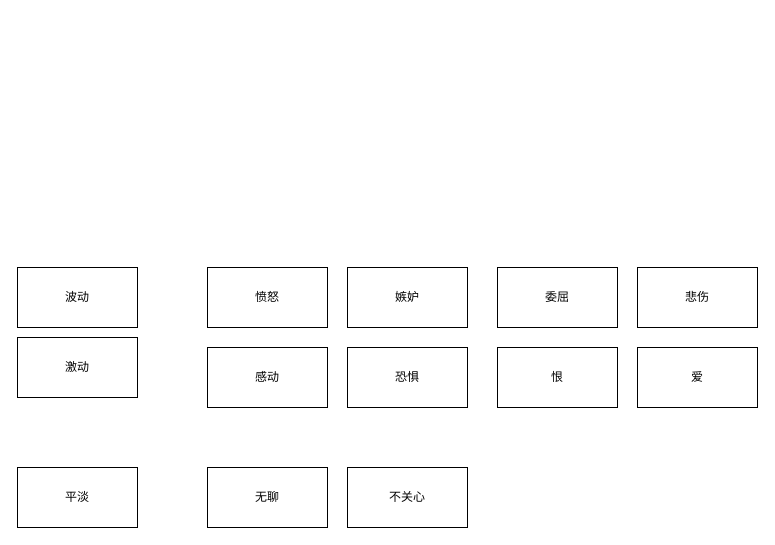
Earlier version of the draw.io diagram 情绪研究.drawio (idbanfan/drawio). Source tidied: cells renumbered, new cells numbered last; positions are measured from the earlier drawing's top-left corner, leaving out a move shared by most shapes. Both pictures are drawn from the tidied source at 100%, with x=0, y=0 at pixel (17, 267).
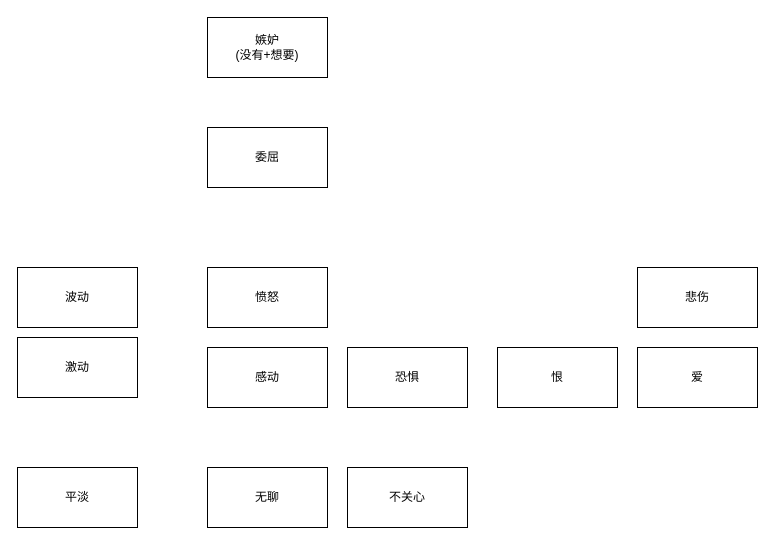
Above is the later version.

Commit message (it also covers changes not shown here):
更新情绪研究.drawio

Diff of the diagram source:
```diff
@@
 <mxGraphModel>
   <root>
     <mxCell id="0" />
     <mxCell id="1" parent="0" />
     <mxCell id="2" value="愤怒" style="rounded=0;whiteSpace=wrap;html=1;" parent="1" vertex="1">
       <mxGeometry x="190" width="120" height="60" as="geometry" />
     </mxCell>
     <mxCell id="3" value="平淡" style="rounded=0;whiteSpace=wrap;html=1;" parent="1" vertex="1">
       <mxGeometry y="200" width="120" height="60" as="geometry" />
     </mxCell>
     <mxCell id="4" value="波动" style="rounded=0;whiteSpace=wrap;html=1;" parent="1" vertex="1">
       <mxGeometry width="120" height="60" as="geometry" />
     </mxCell>
-    <mxCell id="5" value="嫉妒" style="rounded=0;whiteSpace=wrap;html=1;" parent="1" vertex="1">
-      <mxGeometry x="330" width="120" height="60" as="geometry" />
+    <mxCell id="5" value="嫉妒&lt;br&gt;(没有+想要)" style="rounded=0;whiteSpace=wrap;html=1;" parent="1" vertex="1">
+      <mxGeometry x="190" y="-250" width="120" height="60" as="geometry" />
     </mxCell>
     <mxCell id="6" value="委屈" style="rounded=0;whiteSpace=wrap;html=1;" parent="1" vertex="1">
-      <mxGeometry x="480" width="120" height="60" as="geometry" />
+      <mxGeometry x="190" y="-140" width="120" height="60" as="geometry" />
     </mxCell>
     <mxCell id="7" value="悲伤" style="rounded=0;whiteSpace=wrap;html=1;" parent="1" vertex="1">
       <mxGeometry x="620" width="120" height="60" as="geometry" />
     </mxCell>
     <mxCell id="8" value="感动" style="rounded=0;whiteSpace=wrap;html=1;" parent="1" vertex="1">
       <mxGeometry x="190" y="80" width="120" height="60" as="geometry" />
     </mxCell>
     <mxCell id="9" value="无聊" style="rounded=0;whiteSpace=wrap;html=1;" parent="1" vertex="1">
       <mxGeometry x="190" y="200" width="120" height="60" as="geometry" />
     </mxCell>
     <mxCell id="10" value="恐惧" style="rounded=0;whiteSpace=wrap;html=1;" parent="1" vertex="1">
       <mxGeometry x="330" y="80" width="120" height="60" as="geometry" />
     </mxCell>
     <mxCell id="11" value="激动" style="rounded=0;whiteSpace=wrap;html=1;" parent="1" vertex="1">
       <mxGeometry y="70" width="120" height="60" as="geometry" />
     </mxCell>
     <mxCell id="12" value="恨" style="rounded=0;whiteSpace=wrap;html=1;" parent="1" vertex="1">
       <mxGeometry x="480" y="80" width="120" height="60" as="geometry" />
     </mxCell>
     <mxCell id="13" value="爱" style="rounded=0;whiteSpace=wrap;html=1;" parent="1" vertex="1">
       <mxGeometry x="620" y="80" width="120" height="60" as="geometry" />
     </mxCell>
     <mxCell id="14" value="不关心" style="rounded=0;whiteSpace=wrap;html=1;" parent="1" vertex="1">
       <mxGeometry x="330" y="200" width="120" height="60" as="geometry" />
     </mxCell>
   </root>
 </mxGraphModel>
```
